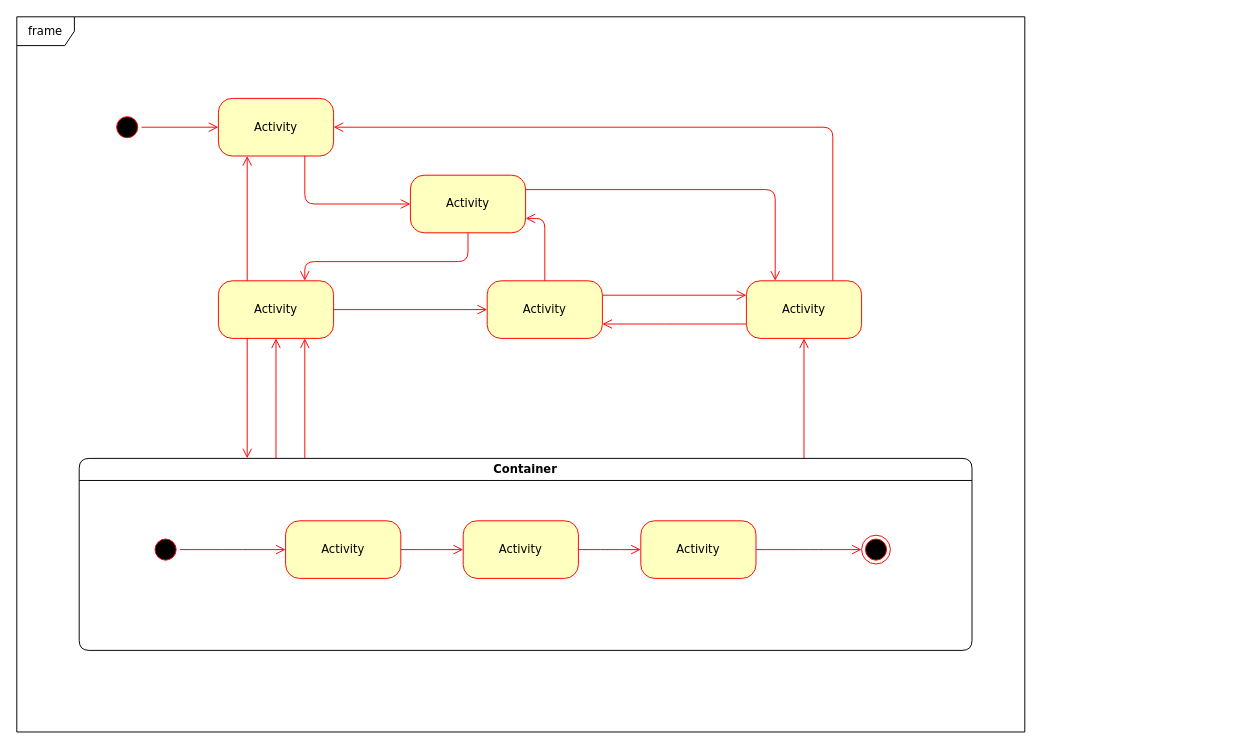
The draw.io diagram ingress/Untitled Diagram.drawio in wenhuwang/k8s-source-code-learning, before the edit. Source tidied: cells renumbered, new cells numbered last; positions are measured from the earlier drawing's top-left corner, leaving out a move shared by most shapes. Both pictures are drawn from the tidied source at 96%, with x=0, y=0 at pixel (16, 16).
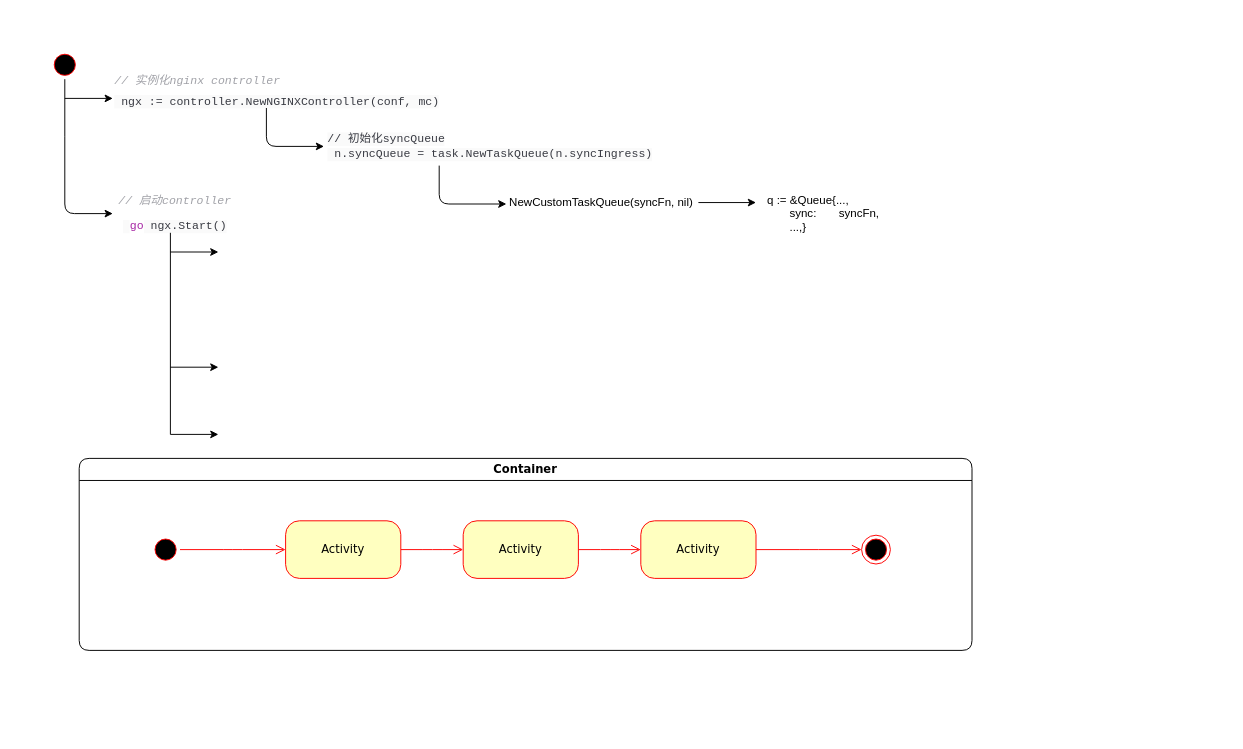
After the change.

Unchanged cells that the change refers to:
```xml
<mxCell id="12" value="Container" style="swimlane;whiteSpace=wrap;html=1;rounded=1;shadow=0;comic=0;labelBackgroundColor=none;strokeWidth=1;fontFamily=Verdana;fontSize=12;align=center;" parent="1" vertex="1">
  <mxGeometry x="65" y="460" width="930" height="200" as="geometry" />
</mxCell>
```

Change to the diagram source:
```diff
@@
     <mxCell id="2" style="ellipse;html=1;shape=startState;fillColor=#000000;strokeColor=#ff0000;rounded=1;shadow=0;comic=0;labelBackgroundColor=none;fontFamily=Verdana;fontSize=12;fontColor=#000000;align=center;direction=south;" parent="1" vertex="1">
-      <mxGeometry x="100" y="100" width="30" height="30" as="geometry" />
+      <mxGeometry x="35" y="35" width="30" height="30" as="geometry" />
     </mxCell>
-    <mxCell id="3" value="Activity" style="rounded=1;whiteSpace=wrap;html=1;arcSize=24;fillColor=#ffffc0;strokeColor=#ff0000;shadow=0;comic=0;labelBackgroundColor=none;fontFamily=Verdana;fontSize=12;fontColor=#000000;align=center;" parent="1" vertex="1">
-      <mxGeometry x="210" y="275" width="120" height="60" as="geometry" />
-    </mxCell>
-    <mxCell id="4" value="Activity" style="rounded=1;whiteSpace=wrap;html=1;arcSize=24;fillColor=#ffffc0;strokeColor=#ff0000;shadow=0;comic=0;labelBackgroundColor=none;fontFamily=Verdana;fontSize=12;fontColor=#000000;align=center;" parent="1" vertex="1">
-      <mxGeometry x="210" y="85" width="120" height="60" as="geometry" />
-    </mxCell>
-    <mxCell id="5" style="edgeStyle=orthogonalEdgeStyle;html=1;exitX=1;exitY=0.25;entryX=0.25;entryY=0;labelBackgroundColor=none;endArrow=open;endSize=8;strokeColor=#ff0000;fontFamily=Verdana;fontSize=12;align=left;" parent="1" edge="1" source="6" target="9">
-      <mxGeometry relative="1" as="geometry" />
-    </mxCell>
-    <mxCell id="6" value="Activity" style="rounded=1;whiteSpace=wrap;html=1;arcSize=24;fillColor=#ffffc0;strokeColor=#ff0000;shadow=0;comic=0;labelBackgroundColor=none;fontFamily=Verdana;fontSize=12;fontColor=#000000;align=center;" parent="1" vertex="1">
-      <mxGeometry x="410" y="165" width="120" height="60" as="geometry" />
-    </mxCell>
-    <mxCell id="7" style="edgeStyle=orthogonalEdgeStyle;html=1;exitX=0.75;exitY=0;entryX=1;entryY=0.5;labelBackgroundColor=none;endArrow=open;endSize=8;strokeColor=#ff0000;fontFamily=Verdana;fontSize=12;align=left;" parent="1" edge="1" source="9" target="4">
-      <mxGeometry relative="1" as="geometry">
-        <Array as="points">
-          <mxPoint x="850" y="115" />
-        </Array>
-      </mxGeometry>
-    </mxCell>
-    <mxCell id="8" style="edgeStyle=elbowEdgeStyle;html=1;exitX=0;exitY=0.75;entryX=1;entryY=0.75;labelBackgroundColor=none;endArrow=open;endSize=8;strokeColor=#ff0000;fontFamily=Verdana;fontSize=12;align=left;" parent="1" edge="1" source="9" target="10">
-      <mxGeometry relative="1" as="geometry" />
-    </mxCell>
-    <mxCell id="9" value="Activity" style="rounded=1;whiteSpace=wrap;html=1;arcSize=24;fillColor=#ffffc0;strokeColor=#ff0000;shadow=0;comic=0;labelBackgroundColor=none;fontFamily=Verdana;fontSize=12;fontColor=#000000;align=center;" parent="1" vertex="1">
-      <mxGeometry x="760" y="275" width="120" height="60" as="geometry" />
-    </mxCell>
-    <mxCell id="10" value="Activity" style="rounded=1;whiteSpace=wrap;html=1;arcSize=24;fillColor=#ffffc0;strokeColor=#ff0000;shadow=0;comic=0;labelBackgroundColor=none;fontFamily=Verdana;fontSize=12;fontColor=#000000;align=center;" parent="1" vertex="1">
-      <mxGeometry x="490" y="275" width="120" height="60" as="geometry" />
-    </mxCell>
-    <mxCell id="11" style="edgeStyle=elbowEdgeStyle;html=1;labelBackgroundColor=none;endArrow=open;endSize=8;strokeColor=#ff0000;fontFamily=Verdana;fontSize=12;align=left;" parent="1" edge="1" source="12" target="9">
-      <mxGeometry relative="1" as="geometry" />
-    </mxCell>
@@
-    <mxCell id="22" value="frame" style="shape=umlFrame;whiteSpace=wrap;html=1;rounded=1;shadow=0;comic=0;labelBackgroundColor=none;strokeWidth=1;fontFamily=Verdana;fontSize=12;align=center;" parent="1" vertex="1">
-      <mxGeometry width="1050" height="745" as="geometry" />
-    </mxCell>
-    <mxCell id="23" style="edgeStyle=orthogonalEdgeStyle;html=1;labelBackgroundColor=none;endArrow=open;endSize=8;strokeColor=#ff0000;fontFamily=Verdana;fontSize=12;align=left;" parent="1" edge="1" source="2" target="4">
-      <mxGeometry relative="1" as="geometry" />
-    </mxCell>
-    <mxCell id="24" style="edgeStyle=orthogonalEdgeStyle;html=1;labelBackgroundColor=none;endArrow=open;endSize=8;strokeColor=#ff0000;fontFamily=Verdana;fontSize=12;align=left;entryX=0;entryY=0.5;" parent="1" edge="1" source="4" target="6">
-      <mxGeometry relative="1" as="geometry">
-        <Array as="points">
-          <mxPoint x="300" y="195" />
-        </Array>
-      </mxGeometry>
-    </mxCell>
-    <mxCell id="25" style="edgeStyle=orthogonalEdgeStyle;html=1;entryX=0.75;entryY=0;labelBackgroundColor=none;endArrow=open;endSize=8;strokeColor=#ff0000;fontFamily=Verdana;fontSize=12;align=left;exitX=0.5;exitY=1;" parent="1" edge="1" source="6" target="3">
-      <mxGeometry relative="1" as="geometry">
-        <Array as="points">
-          <mxPoint x="470" y="255" />
-          <mxPoint x="300" y="255" />
-        </Array>
-      </mxGeometry>
-    </mxCell>
-    <mxCell id="26" style="edgeStyle=orthogonalEdgeStyle;html=1;exitX=0.25;exitY=0;entryX=0.25;entryY=1;labelBackgroundColor=none;endArrow=open;endSize=8;strokeColor=#ff0000;fontFamily=Verdana;fontSize=12;align=left;" parent="1" edge="1" source="3" target="4">
-      <mxGeometry relative="1" as="geometry" />
-    </mxCell>
-    <mxCell id="27" style="edgeStyle=orthogonalEdgeStyle;html=1;exitX=1;exitY=0.5;entryX=0;entryY=0.5;labelBackgroundColor=none;endArrow=open;endSize=8;strokeColor=#ff0000;fontFamily=Verdana;fontSize=12;align=left;" parent="1" edge="1" source="3" target="10">
-      <mxGeometry relative="1" as="geometry" />
-    </mxCell>
-    <mxCell id="28" style="edgeStyle=orthogonalEdgeStyle;html=1;exitX=0.5;exitY=0;entryX=1;entryY=0.75;labelBackgroundColor=none;endArrow=open;endSize=8;strokeColor=#ff0000;fontFamily=Verdana;fontSize=12;align=left;" parent="1" edge="1" source="10" target="6">
-      <mxGeometry relative="1" as="geometry" />
-    </mxCell>
-    <mxCell id="29" style="edgeStyle=orthogonalEdgeStyle;html=1;exitX=1;exitY=0.25;entryX=0;entryY=0.25;labelBackgroundColor=none;endArrow=open;endSize=8;strokeColor=#ff0000;fontFamily=Verdana;fontSize=12;align=left;" parent="1" edge="1" source="10" target="9">
-      <mxGeometry relative="1" as="geometry" />
-    </mxCell>
-    <mxCell id="30" style="edgeStyle=elbowEdgeStyle;html=1;labelBackgroundColor=none;endArrow=open;endSize=8;strokeColor=#ff0000;fontFamily=Verdana;fontSize=12;align=left;entryX=0.75;entryY=1;" parent="1" edge="1" source="12" target="3">
-      <mxGeometry relative="1" as="geometry" />
-    </mxCell>
-    <mxCell id="31" style="edgeStyle=elbowEdgeStyle;html=1;labelBackgroundColor=none;endArrow=open;endSize=8;strokeColor=#ff0000;fontFamily=Verdana;fontSize=12;align=left;entryX=0.5;entryY=1;" parent="1" edge="1" source="12" target="3">
-      <mxGeometry relative="1" as="geometry" />
-    </mxCell>
-    <mxCell id="32" style="edgeStyle=elbowEdgeStyle;html=1;labelBackgroundColor=none;endArrow=open;endSize=8;strokeColor=#ff0000;fontFamily=Verdana;fontSize=12;align=left;exitX=0.25;exitY=1;" parent="1" edge="1" source="3" target="12">
-      <mxGeometry relative="1" as="geometry" />
-    </mxCell>
+    <mxCell id="33" style="endArrow=classic;html=1;exitX=1;exitY=0.5;exitDx=0;exitDy=0;" parent="1" edge="1" source="2">
+      <mxGeometry relative="1" as="geometry">
+        <mxPoint x="100" y="205" as="targetPoint" />
+        <Array as="points">
+          <mxPoint x="50" y="135" />
+          <mxPoint x="50" y="205" />
+        </Array>
+      </mxGeometry>
+    </mxCell>
+    <mxCell id="34" style="endArrow=classic;html=1;" parent="1" edge="1">
+      <mxGeometry relative="1" as="geometry">
+        <mxPoint x="50" y="85" as="sourcePoint" />
+        <mxPoint x="100" y="85" as="targetPoint" />
+      </mxGeometry>
+    </mxCell>
+    <mxCell id="35" value="&lt;span style=&quot;margin: 0px ; padding: 0px ; max-width: 100% ; font-family: &amp;#34;operator mono&amp;#34; , &amp;#34;consolas&amp;#34; , &amp;#34;monaco&amp;#34; , &amp;#34;menlo&amp;#34; , monospace ; color: rgb(160 , 161 , 167) ; font-style: italic ; line-height: 26px ; box-sizing: border-box ; overflow-wrap: break-word&quot;&gt;//&amp;nbsp;实例化nginx&amp;nbsp;controller&lt;/span&gt;&lt;br style=&quot;margin: 0px ; padding: 0px ; max-width: 100% ; color: rgb(56 , 58 , 66) ; font-family: &amp;#34;operator mono&amp;#34; , &amp;#34;consolas&amp;#34; , &amp;#34;monaco&amp;#34; , &amp;#34;menlo&amp;#34; , monospace ; box-sizing: border-box ; overflow-wrap: break-word&quot;&gt;&lt;span style=&quot;color: rgb(56 , 58 , 66) ; font-family: &amp;#34;operator mono&amp;#34; , &amp;#34;consolas&amp;#34; , &amp;#34;monaco&amp;#34; , &amp;#34;menlo&amp;#34; , monospace ; background-color: rgb(250 , 250 , 250)&quot;&gt;&amp;nbsp;ngx&amp;nbsp;:=&amp;nbsp;controller.NewNGINXController(conf,&amp;nbsp;mc)&lt;/span&gt;" style="text;html=1;strokeColor=none;fillColor=none;align=left;verticalAlign=middle;whiteSpace=wrap;rounded=0;" parent="1" vertex="1">
+      <mxGeometry x="100" y="55" width="320" height="40" as="geometry" />
+    </mxCell>
+    <mxCell id="36" style="endArrow=classic;html=1;exitX=0.5;exitY=1;exitDx=0;exitDy=0;" parent="1" edge="1" source="35">
+      <mxGeometry relative="1" as="geometry">
+        <mxPoint x="320" y="135" as="targetPoint" />
+        <Array as="points">
+          <mxPoint x="260" y="135" />
+        </Array>
+      </mxGeometry>
+    </mxCell>
+    <mxCell id="37" value="&lt;span style=&quot;color: rgb(56 , 58 , 66) ; font-family: &amp;#34;operator mono&amp;#34; , &amp;#34;consolas&amp;#34; , &amp;#34;monaco&amp;#34; , &amp;#34;menlo&amp;#34; , monospace ; background-color: rgb(250 , 250 , 250)&quot;&gt;//&amp;nbsp;初始化syncQueue&lt;/span&gt;&lt;br style=&quot;margin: 0px ; padding: 0px ; max-width: 100% ; color: rgb(56 , 58 , 66) ; font-family: &amp;#34;operator mono&amp;#34; , &amp;#34;consolas&amp;#34; , &amp;#34;monaco&amp;#34; , &amp;#34;menlo&amp;#34; , monospace ; box-sizing: border-box ; overflow-wrap: break-word&quot;&gt;&lt;span style=&quot;color: rgb(56 , 58 , 66) ; font-family: &amp;#34;operator mono&amp;#34; , &amp;#34;consolas&amp;#34; , &amp;#34;monaco&amp;#34; , &amp;#34;menlo&amp;#34; , monospace ; background-color: rgb(250 , 250 , 250)&quot;&gt;&amp;nbsp;n.syncQueue&amp;nbsp;=&amp;nbsp;task.NewTaskQueue(n.syncIngress)&lt;/span&gt;" style="text;html=1;strokeColor=none;fillColor=none;align=left;verticalAlign=middle;whiteSpace=wrap;rounded=0;" parent="1" vertex="1">
+      <mxGeometry x="322" y="125" width="420" height="20" as="geometry" />
+    </mxCell>
+    <mxCell id="38" style="endArrow=classic;html=1;exitX=0.5;exitY=1;exitDx=0;exitDy=0;" parent="1" edge="1">
+      <mxGeometry relative="1" as="geometry">
+        <mxPoint x="440" y="155" as="sourcePoint" />
+        <mxPoint x="510" y="195" as="targetPoint" />
+        <Array as="points">
+          <mxPoint x="440" y="195" />
+        </Array>
+      </mxGeometry>
+    </mxCell>
+    <mxCell id="39" value="NewCustomTaskQueue(syncFn, nil)" style="text;html=1;strokeColor=none;fillColor=none;align=center;verticalAlign=middle;whiteSpace=wrap;rounded=0;" parent="1" vertex="1">
+      <mxGeometry x="504" y="184" width="210" height="20" as="geometry" />
+    </mxCell>
+    <mxCell id="40" style="endArrow=classic;html=1;" parent="1" edge="1">
+      <mxGeometry relative="1" as="geometry">
+        <mxPoint x="710" y="193.5" as="sourcePoint" />
+        <mxPoint x="770" y="193.5" as="targetPoint" />
+      </mxGeometry>
+    </mxCell>
+    <mxCell id="41" value="&lt;div&gt;q := &amp;amp;Queue{...,&lt;/div&gt;&lt;div&gt;&lt;span&gt;&lt;/span&gt;&amp;nbsp; &amp;nbsp; &amp;nbsp; &amp;nbsp;sync:&amp;nbsp; &amp;nbsp; &amp;nbsp; &amp;nbsp;syncFn,&lt;/div&gt;&lt;div&gt;&lt;span&gt;&lt;/span&gt;&amp;nbsp; &amp;nbsp; &amp;nbsp; &amp;nbsp;...,}&lt;/div&gt;" style="text;html=1;strokeColor=none;fillColor=none;align=left;verticalAlign=middle;whiteSpace=wrap;rounded=0;" parent="1" vertex="1">
+      <mxGeometry x="780" y="195" width="480" height="20" as="geometry" />
+    </mxCell>
+    <mxCell id="42" value="&lt;span style=&quot;margin: 0px ; padding: 0px ; max-width: 100% ; font-family: &amp;#34;operator mono&amp;#34; , &amp;#34;consolas&amp;#34; , &amp;#34;monaco&amp;#34; , &amp;#34;menlo&amp;#34; , monospace ; text-align: left ; color: rgb(160 , 161 , 167) ; font-style: italic ; line-height: 26px ; box-sizing: border-box ; overflow-wrap: break-word&quot;&gt;//&amp;nbsp;启动controller&lt;/span&gt;&lt;br style=&quot;margin: 0px ; padding: 0px ; max-width: 100% ; color: rgb(56 , 58 , 66) ; font-family: &amp;#34;operator mono&amp;#34; , &amp;#34;consolas&amp;#34; , &amp;#34;monaco&amp;#34; , &amp;#34;menlo&amp;#34; , monospace ; text-align: left ; box-sizing: border-box ; overflow-wrap: break-word&quot;&gt;&lt;span style=&quot;color: rgb(56 , 58 , 66) ; font-family: &amp;#34;operator mono&amp;#34; , &amp;#34;consolas&amp;#34; , &amp;#34;monaco&amp;#34; , &amp;#34;menlo&amp;#34; , monospace ; text-align: left ; background-color: rgb(250 , 250 , 250)&quot;&gt;&amp;nbsp;&lt;/span&gt;&lt;span style=&quot;margin: 0px ; padding: 0px ; max-width: 100% ; font-family: &amp;#34;operator mono&amp;#34; , &amp;#34;consolas&amp;#34; , &amp;#34;monaco&amp;#34; , &amp;#34;menlo&amp;#34; , monospace ; text-align: left ; color: rgb(166 , 38 , 164) ; line-height: 26px ; box-sizing: border-box ; overflow-wrap: break-word&quot;&gt;go&lt;/span&gt;&lt;span style=&quot;color: rgb(56 , 58 , 66) ; font-family: &amp;#34;operator mono&amp;#34; , &amp;#34;consolas&amp;#34; , &amp;#34;monaco&amp;#34; , &amp;#34;menlo&amp;#34; , monospace ; text-align: left ; background-color: rgb(250 , 250 , 250)&quot;&gt;&amp;nbsp;ngx.Start()&lt;/span&gt;" style="text;html=1;strokeColor=none;fillColor=none;align=center;verticalAlign=middle;whiteSpace=wrap;rounded=0;" parent="1" vertex="1">
+      <mxGeometry x="90" y="195" width="150" height="20" as="geometry" />
+    </mxCell>
+    <mxCell id="43" style="endArrow=none;html=1;" parent="1" edge="1">
+      <mxGeometry relative="1" as="geometry">
+        <mxPoint x="160" y="435" as="sourcePoint" />
+        <mxPoint x="160" y="225" as="targetPoint" />
+      </mxGeometry>
+    </mxCell>
+    <mxCell id="44" style="endArrow=classic;html=1;" parent="1" edge="1">
+      <mxGeometry relative="1" as="geometry">
+        <mxPoint x="160" y="245" as="sourcePoint" />
+        <mxPoint x="210" y="245" as="targetPoint" />
+      </mxGeometry>
+    </mxCell>
+    <mxCell id="45" style="endArrow=classic;html=1;" parent="1" edge="1">
+      <mxGeometry relative="1" as="geometry">
+        <mxPoint x="160" y="365" as="sourcePoint" />
+        <mxPoint x="210" y="365" as="targetPoint" />
+      </mxGeometry>
+    </mxCell>
+    <mxCell id="46" style="endArrow=classic;html=1;" parent="1" edge="1">
+      <mxGeometry relative="1" as="geometry">
+        <mxPoint x="160" y="435" as="sourcePoint" />
+        <mxPoint x="210" y="435" as="targetPoint" />
+      </mxGeometry>
+    </mxCell>
```
